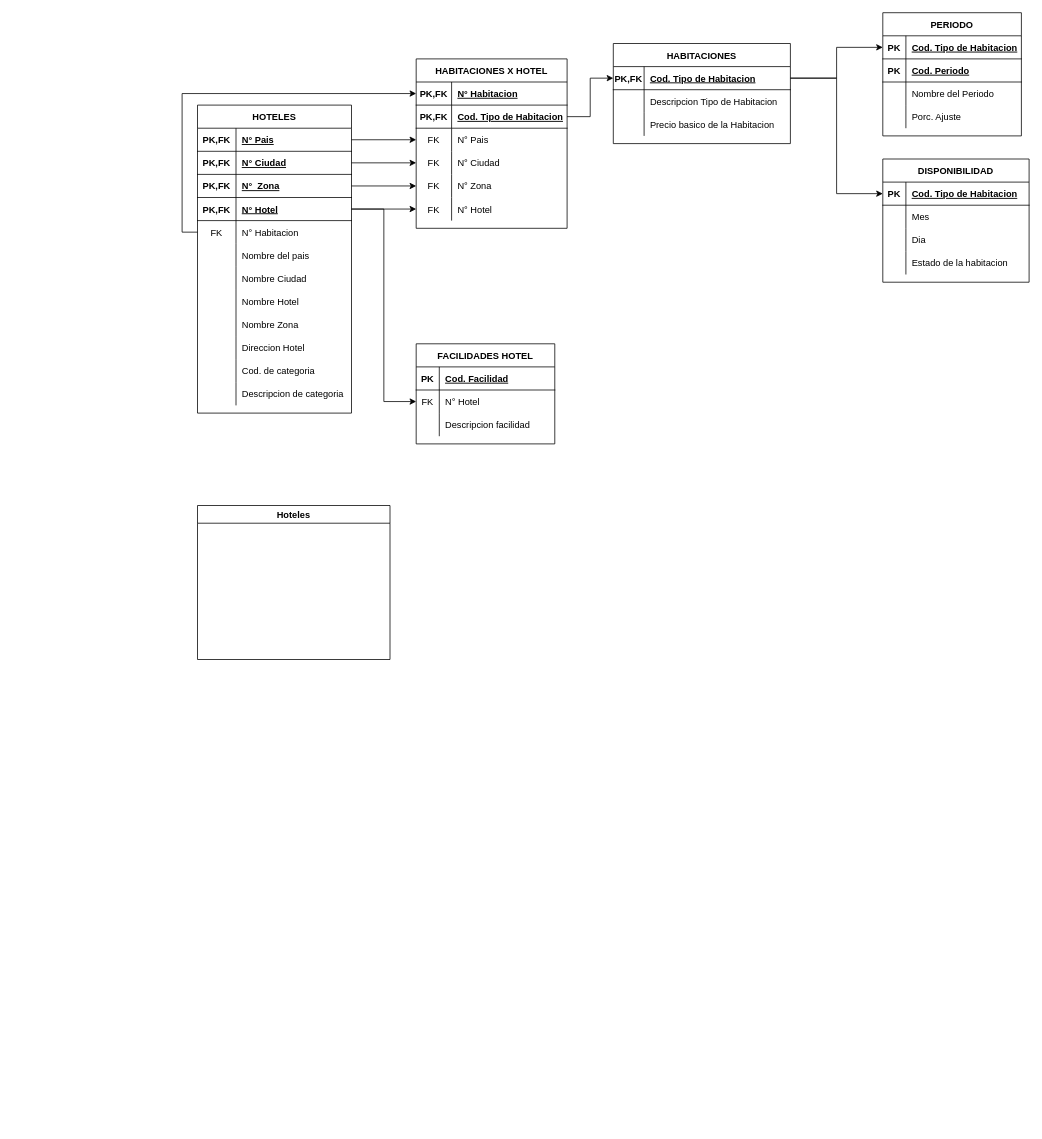
This is TPI_Barcos/1FN_Alonso_Hoteles.drawio from FedericoRocca/DyADDBB_1erCuatrimestre_2021, a draw.io file, before an edit. Source tidied: cells renumbered, new cells numbered last; positions are measured from the earlier drawing's top-left corner, leaving out a move shared by most shapes. Both pictures are drawn from the tidied source at 77%, with x=0, y=0 at pixel (197, 12).
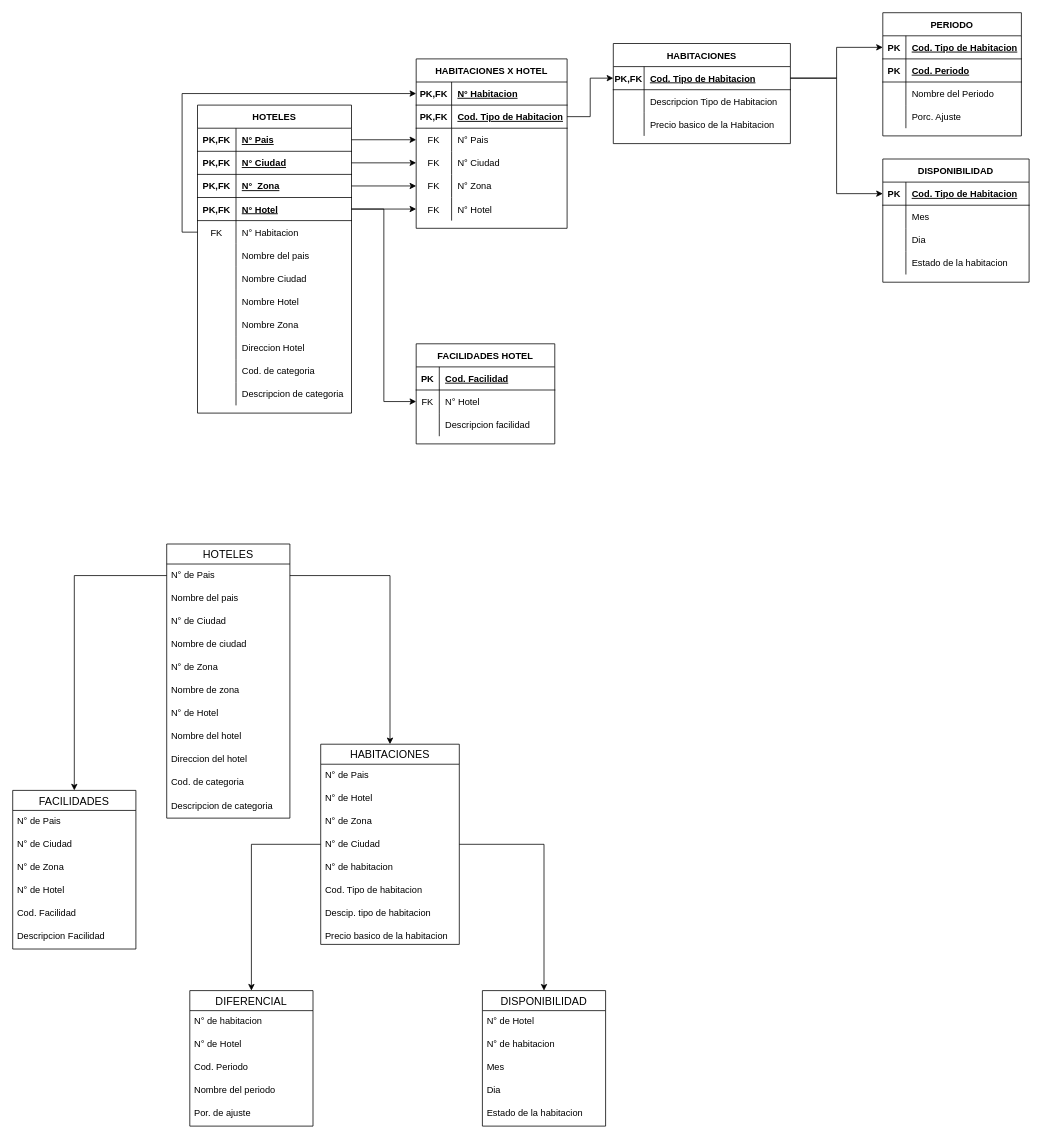
The same diagram, later.

Diff of the diagram source:
```diff
@@
-    <mxCell id="113" value="Hoteles" style="swimlane;shadow=0;" parent="1" vertex="1">
-      <mxGeometry y="640" width="250" height="200" as="geometry" />
-    </mxCell>
+    <mxCell id="114" value="HOTELES" style="swimlane;fontStyle=0;horizontal=1;startSize=26;align=center;fontSize=14;" parent="1" vertex="1">
+      <mxGeometry x="-40" y="690" width="160" height="356" as="geometry" />
+    </mxCell>
+    <mxCell id="115" value="N° de Pais" style="text;strokeColor=none;fillColor=none;spacingLeft=4;spacingRight=4;overflow=hidden;points=[[0,0.5],[1,0.5]];portConstraint=eastwest;fontSize=12;" parent="114" vertex="1">
+      <mxGeometry y="26" width="160" height="30" as="geometry" />
+    </mxCell>
+    <mxCell id="116" value="Nombre del pais" style="text;strokeColor=none;fillColor=none;spacingLeft=4;spacingRight=4;overflow=hidden;fontSize=12;" parent="114" vertex="1">
+      <mxGeometry y="56" width="160" height="30" as="geometry" />
+    </mxCell>
+    <mxCell id="117" value="N° de Ciudad" style="text;strokeColor=none;fillColor=none;spacingLeft=4;spacingRight=4;overflow=hidden;fontSize=12;" parent="114" vertex="1">
+      <mxGeometry y="86" width="160" height="30" as="geometry" />
+    </mxCell>
+    <mxCell id="118" value="Nombre de ciudad" style="text;strokeColor=none;fillColor=none;spacingLeft=4;spacingRight=4;overflow=hidden;fontSize=12;" parent="114" vertex="1">
+      <mxGeometry y="116" width="160" height="30" as="geometry" />
+    </mxCell>
+    <mxCell id="119" value="N° de Zona" style="text;strokeColor=none;fillColor=none;spacingLeft=4;spacingRight=4;overflow=hidden;fontSize=12;" parent="114" vertex="1">
+      <mxGeometry y="146" width="160" height="30" as="geometry" />
+    </mxCell>
+    <mxCell id="120" value="Nombre de zona" style="text;strokeColor=none;fillColor=none;spacingLeft=4;spacingRight=4;overflow=hidden;fontSize=12;" parent="114" vertex="1">
+      <mxGeometry y="176" width="160" height="30" as="geometry" />
+    </mxCell>
+    <mxCell id="121" value="N° de Hotel" style="text;strokeColor=none;fillColor=none;spacingLeft=4;spacingRight=4;overflow=hidden;fontSize=12;" parent="114" vertex="1">
+      <mxGeometry y="206" width="160" height="30" as="geometry" />
+    </mxCell>
+    <mxCell id="122" value="Nombre del hotel" style="text;strokeColor=none;fillColor=none;spacingLeft=4;spacingRight=4;overflow=hidden;fontSize=12;" parent="114" vertex="1">
+      <mxGeometry y="236" width="160" height="30" as="geometry" />
+    </mxCell>
+    <mxCell id="123" value="Direccion del hotel" style="text;strokeColor=none;fillColor=none;spacingLeft=4;spacingRight=4;overflow=hidden;fontSize=12;" parent="114" vertex="1">
+      <mxGeometry y="266" width="160" height="30" as="geometry" />
+    </mxCell>
+    <mxCell id="124" value="Cod. de categoria" style="text;strokeColor=none;fillColor=none;spacingLeft=4;spacingRight=4;overflow=hidden;fontSize=12;" parent="114" vertex="1">
+      <mxGeometry y="296" width="160" height="30" as="geometry" />
+    </mxCell>
+    <mxCell id="125" value="Descripcion de categoria" style="text;strokeColor=none;fillColor=none;spacingLeft=4;spacingRight=4;overflow=hidden;fontSize=12;" parent="114" vertex="1">
+      <mxGeometry y="326" width="160" height="30" as="geometry" />
+    </mxCell>
+    <mxCell id="126" value="FACILIDADES" style="swimlane;fontStyle=0;horizontal=1;startSize=26;align=center;fontSize=14;" parent="1" vertex="1">
+      <mxGeometry x="-240" y="1010" width="160" height="206" as="geometry" />
+    </mxCell>
+    <mxCell id="127" value="N° de Pais" style="text;strokeColor=none;fillColor=none;spacingLeft=4;spacingRight=4;overflow=hidden;fontSize=12;" parent="126" vertex="1">
+      <mxGeometry y="26" width="160" height="30" as="geometry" />
+    </mxCell>
+    <mxCell id="128" value="N° de Ciudad" style="text;strokeColor=none;fillColor=none;spacingLeft=4;spacingRight=4;overflow=hidden;fontSize=12;" parent="126" vertex="1">
+      <mxGeometry y="56" width="160" height="30" as="geometry" />
+    </mxCell>
+    <mxCell id="129" value="N° de Zona" style="text;strokeColor=none;fillColor=none;spacingLeft=4;spacingRight=4;overflow=hidden;fontSize=12;" parent="126" vertex="1">
+      <mxGeometry y="86" width="160" height="30" as="geometry" />
+    </mxCell>
+    <mxCell id="130" value="N° de Hotel" style="text;strokeColor=none;fillColor=none;spacingLeft=4;spacingRight=4;overflow=hidden;fontSize=12;" parent="126" vertex="1">
+      <mxGeometry y="116" width="160" height="30" as="geometry" />
+    </mxCell>
+    <mxCell id="131" value="Cod. Facilidad" style="text;strokeColor=none;fillColor=none;spacingLeft=4;spacingRight=4;overflow=hidden;fontSize=12;" parent="126" vertex="1">
+      <mxGeometry y="146" width="160" height="30" as="geometry" />
+    </mxCell>
+    <mxCell id="132" value="Descripcion Facilidad" style="text;strokeColor=none;fillColor=none;spacingLeft=4;spacingRight=4;overflow=hidden;fontSize=12;" parent="126" vertex="1">
+      <mxGeometry y="176" width="160" height="30" as="geometry" />
+    </mxCell>
+    <mxCell id="133" style="edgeStyle=orthogonalEdgeStyle;rounded=0;jettySize=auto;html=1;entryX=0.5;entryY=0;entryDx=0;entryDy=0;" parent="1" edge="1" source="135" target="146">
+      <mxGeometry relative="1" as="geometry" />
+    </mxCell>
+    <mxCell id="134" style="edgeStyle=orthogonalEdgeStyle;rounded=0;jettySize=auto;html=1;entryX=0.5;entryY=0;entryDx=0;entryDy=0;" parent="1" edge="1" source="135" target="152">
+      <mxGeometry relative="1" as="geometry" />
+    </mxCell>
+    <mxCell id="135" value="HABITACIONES" style="swimlane;fontStyle=0;horizontal=1;startSize=26;align=center;fontSize=14;" parent="1" vertex="1">
+      <mxGeometry x="160" y="950" width="180" height="260" as="geometry" />
+    </mxCell>
+    <mxCell id="136" value="N° de Pais" style="text;strokeColor=none;fillColor=none;spacingLeft=4;spacingRight=4;overflow=hidden;fontSize=12;" parent="135" vertex="1">
+      <mxGeometry y="26" width="180" height="30" as="geometry" />
+    </mxCell>
+    <mxCell id="137" value="N° de Hotel" style="text;strokeColor=none;fillColor=none;spacingLeft=4;spacingRight=4;overflow=hidden;fontSize=12;" parent="135" vertex="1">
+      <mxGeometry y="56" width="180" height="30" as="geometry" />
+    </mxCell>
+    <mxCell id="138" value="N° de Zona" style="text;strokeColor=none;fillColor=none;spacingLeft=4;spacingRight=4;overflow=hidden;fontSize=12;" parent="135" vertex="1">
+      <mxGeometry y="86" width="180" height="30" as="geometry" />
+    </mxCell>
+    <mxCell id="139" value="N° de Ciudad" style="text;strokeColor=none;fillColor=none;spacingLeft=4;spacingRight=4;overflow=hidden;fontSize=12;" parent="135" vertex="1">
+      <mxGeometry y="116" width="180" height="30" as="geometry" />
+    </mxCell>
+    <mxCell id="140" value="N° de habitacion" style="text;strokeColor=none;fillColor=none;spacingLeft=4;spacingRight=4;overflow=hidden;fontSize=12;" parent="135" vertex="1">
+      <mxGeometry y="146" width="180" height="30" as="geometry" />
+    </mxCell>
+    <mxCell id="141" value="Cod. Tipo de habitacion" style="text;strokeColor=none;fillColor=none;spacingLeft=4;spacingRight=4;overflow=hidden;fontSize=12;" parent="135" vertex="1">
+      <mxGeometry y="176" width="180" height="30" as="geometry" />
+    </mxCell>
+    <mxCell id="142" value="Descip. tipo de habitacion" style="text;strokeColor=none;fillColor=none;spacingLeft=4;spacingRight=4;overflow=hidden;fontSize=12;" parent="135" vertex="1">
+      <mxGeometry y="206" width="180" height="30" as="geometry" />
+    </mxCell>
+    <mxCell id="143" value="Precio basico de la habitacion" style="text;strokeColor=none;fillColor=none;spacingLeft=4;spacingRight=4;overflow=hidden;fontSize=12;" parent="135" vertex="1">
+      <mxGeometry y="236" width="180" height="24" as="geometry" />
+    </mxCell>
+    <mxCell id="144" style="edgeStyle=orthogonalEdgeStyle;rounded=0;jettySize=auto;html=1;" parent="1" edge="1" source="115" target="135">
+      <mxGeometry relative="1" as="geometry" />
+    </mxCell>
+    <mxCell id="145" style="edgeStyle=orthogonalEdgeStyle;rounded=0;jettySize=auto;html=1;exitX=0;exitY=0.5;exitDx=0;exitDy=0;entryX=0.5;entryY=0;entryDx=0;entryDy=0;" parent="1" edge="1" source="115" target="126">
+      <mxGeometry relative="1" as="geometry" />
+    </mxCell>
+    <mxCell id="146" value="DIFERENCIAL" style="swimlane;fontStyle=0;horizontal=1;startSize=26;align=center;fontSize=14;" parent="1" vertex="1">
+      <mxGeometry x="-10" y="1270" width="160" height="176" as="geometry" />
+    </mxCell>
+    <mxCell id="147" value="N° de habitacion" style="text;strokeColor=none;fillColor=none;spacingLeft=4;spacingRight=4;overflow=hidden;fontSize=12;" parent="146" vertex="1">
+      <mxGeometry y="26" width="160" height="30" as="geometry" />
+    </mxCell>
+    <mxCell id="148" value="N° de Hotel" style="text;strokeColor=none;fillColor=none;spacingLeft=4;spacingRight=4;overflow=hidden;fontSize=12;" parent="146" vertex="1">
+      <mxGeometry y="56" width="160" height="30" as="geometry" />
+    </mxCell>
+    <mxCell id="149" value="Cod. Periodo" style="text;strokeColor=none;fillColor=none;spacingLeft=4;spacingRight=4;overflow=hidden;fontSize=12;" parent="146" vertex="1">
+      <mxGeometry y="86" width="160" height="30" as="geometry" />
+    </mxCell>
+    <mxCell id="150" value="Nombre del periodo" style="text;strokeColor=none;fillColor=none;spacingLeft=4;spacingRight=4;overflow=hidden;fontSize=12;" parent="146" vertex="1">
+      <mxGeometry y="116" width="160" height="30" as="geometry" />
+    </mxCell>
+    <mxCell id="151" value="Por. de ajuste" style="text;strokeColor=none;fillColor=none;spacingLeft=4;spacingRight=4;overflow=hidden;fontSize=12;" parent="146" vertex="1">
+      <mxGeometry y="146" width="160" height="30" as="geometry" />
+    </mxCell>
+    <mxCell id="152" value="DISPONIBILIDAD" style="swimlane;fontStyle=0;horizontal=1;startSize=26;align=center;fontSize=14;" parent="1" vertex="1">
+      <mxGeometry x="370" y="1270" width="160" height="176" as="geometry" />
+    </mxCell>
+    <mxCell id="153" value="N° de Hotel" style="text;strokeColor=none;fillColor=none;spacingLeft=4;spacingRight=4;overflow=hidden;fontSize=12;" parent="152" vertex="1">
+      <mxGeometry y="26" width="160" height="30" as="geometry" />
+    </mxCell>
+    <mxCell id="154" value="N° de habitacion" style="text;strokeColor=none;fillColor=none;spacingLeft=4;spacingRight=4;overflow=hidden;fontSize=12;" parent="152" vertex="1">
+      <mxGeometry y="56" width="160" height="30" as="geometry" />
+    </mxCell>
+    <mxCell id="155" value="Mes" style="text;strokeColor=none;fillColor=none;spacingLeft=4;spacingRight=4;overflow=hidden;fontSize=12;" parent="152" vertex="1">
+      <mxGeometry y="86" width="160" height="30" as="geometry" />
+    </mxCell>
+    <mxCell id="156" value="Dia" style="text;strokeColor=none;fillColor=none;spacingLeft=4;spacingRight=4;overflow=hidden;fontSize=12;" parent="152" vertex="1">
+      <mxGeometry y="116" width="160" height="30" as="geometry" />
+    </mxCell>
+    <mxCell id="157" value="Estado de la habitacion" style="text;strokeColor=none;fillColor=none;spacingLeft=4;spacingRight=4;overflow=hidden;fontSize=12;" parent="152" vertex="1">
+      <mxGeometry y="146" width="160" height="30" as="geometry" />
+    </mxCell>
```
